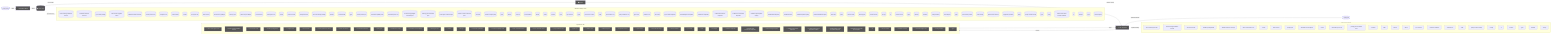
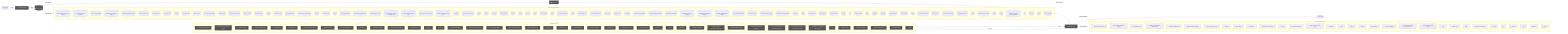
flowchart LR
  UserQ(["👤 User Query"])
  Embed["📐 Embedding Model"]
  VecDB[("📚 Vector Store")]
  Retriever["🔍 Retriever"]
  LLMNode["🧠 LLM / Generator"]
  Output(["✅ Response"])
  UserQ -->|query| Embed
  Embed -->|vector| VecDB
  VecDB -->|top-k chunks| Retriever
  Retriever -->|context + query| LLMNode
  LLMNode -->|generated answer| Output
  subgraph DetectedMemory["Detected memory stores"]
    det_detectedmemory_check_steering_feedback_contract_80134459[("check-steering-feedback-contract")]
    det_detectedmemory_normalize_workflow_contracts_8701f1c8[("normalize-workflow-contracts")]
    det_detectedmemory_sync_codex_preflight_7e7a8dc2[("sync-codex-preflight")]
    det_detectedmemory_test_harness_upgrade_matrix_84113c4e[("test-harness-upgrade-matrix")]
    det_detectedmemory_validate_workflow_contracts_33dc063c[("validate-workflow-contracts")]
    det_detectedmemory_branch_protect_core_a8feb0fd[("branch-protect-core")]
    det_detectedmemory_ci_migrate_core_7005b5af[("ci-migrate-core")]
    det_detectedmemory_context_health_80bb7da9[("context-health")]
    det_detectedmemory_context_ea7792a2[("context")]
    det_detectedmemory_docs_gate_core_eb9b6c18[("docs-gate-core")]
    det_detectedmemory_index_context_de3ed39d[("index-context")]
    det_detectedmemory_local_memory_preflight_dcc36c42[("local-memory-preflight")]
    det_detectedmemory_memory_gate_a577a506[("memory-gate")]
    det_detectedmemory_pattern_scope_siblings_43abe000[("pattern-scope-siblings")]
    det_detectedmemory_review_context_ca6cf81d[("review-context")]
    det_detectedmemory_review_gate_core_4c8001f9[("review-gate-core")]
    det_detectedmemory_search_24193290[("search")]
    det_detectedmemory_session_context_e5ec72c0[("session-context")]
    det_detectedmemory_tooling_audit_core_328d6a41[("tooling-audit-core")]
    det_detectedmemory_run_local_memory_preflight_36e92808[("run-local-memory-preflight")]
    det_detectedmemory_checker_d2d2328e[("checker")]
    det_detectedmemory_context_health_1_ceb11829[("context-health")]
    det_detectedmemory_types_1_4ecdf56e[("types")]
    det_detectedmemory_branch_protect_sync_570adb18[("branch-protect-sync")]
    det_detectedmemory_command_capability_rules_ca3f496a[("command-capability-rules")]
    det_detectedmemory_command_specs_core_1c0ffc99[("command-specs-core")]
    det_detectedmemory_local_memory_preflight_command_spec_9e23f3ce[("local-memory-preflight-command-spec")]
    det_detectedmemory_memory_gate_command_spec_dc9001a9[("memory-gate-command-spec")]
    det_detectedmemory_review_gate_command_spec_3187376a[("review-gate-command-spec")]
    det_detectedmemory_session_context_command_spec_973afbb1[("session-context-command-spec")]
    det_detectedmemory_constants_7517017f[("constants")]
    det_detectedmemory_context_compact_policy_3dcaf95d[("context-compact-policy")]
    det_detectedmemory_index_1bc04b52[("index")]
    det_detectedmemory_indexer_70fa78e5[("indexer")]
    det_detectedmemory_init_error_5c7dd49f[("init-error")]
    det_detectedmemory_lexical_fallback_723e2b3e[("lexical-fallback")]
    det_detectedmemory_ollama_76e3c7bf[("ollama")]
    det_detectedmemory_rollout_a4fa034c[("rollout")]
    det_detectedmemory_sources_878a52fc[("sources")]
    det_detectedmemory_store_824d80d7[("store")]
    det_detectedmemory_sync_contract_c79fa191[("sync-contract")]
    det_detectedmemory_types_5_f869ec4b[("types")]
    det_detectedmemory_harness_run_context_ac7c77a9[("harness-run-context")]
    det_detectedmemory_index_1_faebc14e[("index")]
    det_detectedmemory_json_schema_core_96d7e328[("json-schema-core")]
    det_detectedmemory_policy_validators_core_714a3fe7[("policy-validators-core")]
    det_detectedmemory_types_core_e405ddca[("types-core")]
    det_detectedmemory_validator_core_4358f8ba[("validator-core")]
    det_detectedmemory_init_modes_c05ceb07[("init-modes")]
    det_detectedmemory_project_brain_templates_7ef51530[("project-brain-templates")]
    det_detectedmemory_scaffold_diagram_templates_dd88e83c[("scaffold-diagram-templates")]
    det_detectedmemory_scaffold_doc_templates_f6152330[("scaffold-doc-templates")]
    det_detectedmemory_scaffold_environment_templates_c1ceba6a[("scaffold-environment-templates")]
    det_detectedmemory_scaffold_root_command_templates_404fed7f[("scaffold-root-command-templates")]
    det_detectedmemory_scaffold_script_template_registry_69312d4e[("scaffold-script-template-registry")]
    det_detectedmemory_scaffold_shell_templates_0ad0f915[("scaffold-shell-templates")]
    det_detectedmemory_scaffold_surfaces_12d6494e[("scaffold-surfaces")]
    det_detectedmemory_scaffold_template_registry_b1cce2aa[("scaffold-template-registry")]
    det_detectedmemory_scaffold_workflow_template_92310587[("scaffold-workflow-template")]
    det_detectedmemory_eval_seed_5699fd3e[("eval-seed")]
    det_detectedmemory_index_6_fc9e91e2[("index")]
    det_detectedmemory_review_context_1_e3afed15[("review-context")]
    det_detectedmemory_memory_gate_1_265164ac[("memory-gate")]
    det_detectedmemory_branch_enforcer_acb749cd[("branch-enforcer")]
    det_detectedmemory_cli_args_5_09ea29f0[("cli-args")]
    det_detectedmemory_cli_6_eac72be2[("cli")]
    det_detectedmemory_metrics_tracker_98cec29c[("metrics-tracker")]
    det_detectedmemory_types_15_86775c96[("types")]
    det_detectedmemory_validator_4_5180cf23[("validator")]
    det_detectedmemory_classifier_fe1991a9[("classifier")]
    det_detectedmemory_tooling_baseline_50ab2eeb[("tooling-baseline")]
    det_detectedmemory_claim_helpers_20dc8387[("claim-helpers")]
    det_detectedmemory_types_20_071a0112[("types")]
    det_detectedmemory_local_memory_smoke_1175abfc[("local-memory-smoke")]
    det_detectedmemory_local_memory_0db17ecc[("local-memory")]
    det_detectedmemory_performance_overload_c685bfcf[("performance-overload")]
    det_detectedmemory_suggestion_generator_0956f794[("suggestion-generator")]
    det_detectedmemory_index_8_6f0f20ec[("index")]
    det_detectedmemory_prompt_context_receipt_17b862b2[("prompt-context-receipt")]
    det_detectedmemory_types_27_4d134744[("types")]
    det_detectedmemory_policy_1_fc4198db[("policy")]
    det_detectedmemory_runtime_card_codex_runtime_validation_d8ce9934[("runtime-card-codex-runtime-validation")]
    det_detectedmemory_cli_11_338a8415[("cli")]
    det_detectedmemory_collector_0736fd5b[("collector")]
    det_detectedmemory_types_30_424b976c[("types")]
    det_detectedmemory_overload_guard_2748c559[("overload-guard")]
  end
  VecDB -. "implemented by" .-> DetectedMemory
  subgraph DetectedLLM["Detected LLM clients"]
    det_detectedllm_check_codex_agent_roles_5bb2e89b["check-codex-agent-roles"]
    det_detectedllm_check_steering_feedback_contract_80134459["check-steering-feedback-contract"]
    det_detectedllm_run_harness_evals_77704768["run-harness-evals"]
+     det_detectedllm_validate_goal_completion_audit_receipt_100d252c["validate-goal-completion-audit-receipt"]
    det_detectedllm_validate_packaged_skill_5e32c890["validate-packaged-skill"]
    det_detectedllm_validate_reviewer_coverage_251efee3["validate-reviewer-coverage"]
    det_detectedllm_check_environment_core_2c16213f["check-environment-core"]
    det_detectedllm_context_ea7792a2["context"]
    det_detectedllm_index_context_de3ed39d["index-context"]
    det_detectedllm_prompt_gate_c5e9d207["prompt-gate"]
    det_detectedllm_remediate_runner_helpers_929fedcc["remediate-runner-helpers"]
    det_detectedllm_search_24193290["search"]
    det_detectedllm_command_specs_core_1c0ffc99["command-specs-core"]
    det_detectedllm_prompt_gate_command_spec_9a941482["prompt-gate-command-spec"]
    det_detectedllm_constants_7517017f["constants"]
    det_detectedllm_index_1bc04b52["index"]
    det_detectedllm_indexer_70fa78e5["indexer"]
    det_detectedllm_ollama_76e3c7bf["ollama"]
    det_detectedllm_sync_contract_c79fa191["sync-contract"]
    det_detectedllm_north_star_validators_cfc926ce["north-star-validators"]
+     det_detectedllm_goal_completion_audit_receipt_validation_9d0f4891["goal-completion-audit-receipt-validation"]
+     det_detectedllm_goal_completion_audit_receipt_5e4939c3["goal-completion-audit-receipt"]
+     det_detectedllm_index_2_10143590["index"]
    det_detectedllm_sensitive_text_7c11f760["sensitive-text"]
    det_detectedllm_index_8_6f0f20ec["index"]
    det_detectedllm_prompt_context_receipt_17b862b2["prompt-context-receipt"]
    det_detectedllm_cli_args_9_9c136878["cli-args"]
    det_detectedllm_cli_10_35dc8cbd["cli"]
    det_detectedllm_sections_4697ef32["sections"]
    det_detectedllm_types_23_4352ee2e["types"]
    det_detectedllm_validator_6_3688adbf["validator"]
    det_detectedllm_cli_args_10_861cdd3f["cli-args"]
  end
  LLMNode -. "implemented by" .-> DetectedLLM
  subgraph DetectedTools["Agentic tool calls"]
    det_detectedtools_check_codex_agent_roles_5bb2e89b["🔧 check-codex-agent-roles"]
    det_detectedtools_check_steering_feedback_contract_80134459["🔧 check-steering-feedback-contract"]
    det_detectedtools_run_harness_evals_77704768["🔧 run-harness-evals"]
    det_detectedtools_validate_packaged_skill_5e32c890["🔧 validate-packaged-skill"]
    det_detectedtools_ci_migrate_core_7005b5af["🔧 ci-migrate-core"]
    det_detectedtools_doctor_checks_5a2eb2b9["🔧 doctor-checks"]
    det_detectedtools_doctor_github_tool_checks_a53b0382["🔧 doctor-github-tool-checks"]
    det_detectedtools_doctor_tool_checks_4acac51a["🔧 doctor-tool-checks"]
    det_detectedtools_next_blocked_decisions_4140ad2b["🔧 next-blocked-decisions"]
    det_detectedtools_policy_gate_213f7313["🔧 policy-gate"]
    det_detectedtools_remediate_cli_output_cc165396["🔧 remediate-cli-output"]
    det_detectedtools_remediate_runner_helpers_929fedcc["🔧 remediate-runner-helpers"]
    det_detectedtools_review_gate_core_4c8001f9["🔧 review-gate-core"]
    det_detectedtools_checker_d2d2328e["🔧 checker"]
    det_detectedtools_cli_args_1_6144b055["🔧 cli-args"]
    det_detectedtools_command_capabilities_a4d5c71e["🔧 command-capabilities"]
    det_detectedtools_command_capability_rules_ca3f496a["🔧 command-capability-rules"]
    det_detectedtools_linear_command_actions_e430f4f4["🔧 linear-command-actions"]
    det_detectedtools_linear_command_runner_4a740dfc["🔧 linear-command-runner"]
    det_detectedtools_policy_validators_core_714a3fe7["🔧 policy-validators-core"]
    det_detectedtools_types_core_e405ddca["🔧 types-core"]
    det_detectedtools_validator_core_4358f8ba["🔧 validator-core"]
    det_detectedtools_validator_helpers_7b927667["🔧 validator-helpers"]
    det_detectedtools_he_phase_exit_core_1148895b["🔧 he-phase-exit-core"]
    det_detectedtools_ralph_runtime_73d63c0e["🔧 ralph-runtime"]
    det_detectedtools_observed_skill_usage_ed7d5930["🔧 observed-skill-usage"]
    det_detectedtools_closure_evidence_aaa31467["🔧 closure-evidence"]
    det_detectedtools_pr_creator_dc6b1ea4["🔧 pr-creator"]
    det_detectedtools_client_948fe603["🔧 client"]
    det_detectedtools_init_output_360dce91["🔧 init-output"]
    det_detectedtools_scaffold_ci_templates_2afd6392["🔧 scaffold-ci-templates"]
    det_detectedtools_scaffold_codex_environment_templates_334fbbed["🔧 scaffold-codex-environment-templates"]
    det_detectedtools_scaffold_config_templates_4b80ce53["🔧 scaffold-config-templates"]
    det_detectedtools_scaffold_environment_templates_c1ceba6a["🔧 scaffold-environment-templates"]
    det_detectedtools_scaffold_github_actions_pr_pipeline_renderer_1ee18de5["🔧 scaffold-github-actions-pr-pipeline-renderer"]
    det_detectedtools_scaffold_github_actions_pr_pipeline_template_e2b85f62["🔧 scaffold-github-actions-pr-pipeline-template"]
    det_detectedtools_scaffold_release_private_npm_template_075499f8["🔧 scaffold-release-private-npm-template"]
    det_detectedtools_cli_6_eac72be2["🔧 cli"]
    det_detectedtools_metrics_tracker_98cec29c["🔧 metrics-tracker"]
    det_detectedtools_normalise_renderer_85f2e563["🔧 normalise-renderer"]
    det_detectedtools_evaluation_engine_core_e054fe49["🔧 evaluation-engine-core"]
    det_detectedtools_tooling_baseline_50ab2eeb["🔧 tooling-baseline"]
    det_detectedtools_types_32_bfe791ff["🔧 types"]
  end
  LLMNode -->|tool use| DetectedTools
  DetectedTools -->|result| LLMNode
  classDef memNode fill:#555,color:#fff
  class VecDB,Retriever memNode
  classDef llmNode fill:#555,color:#fff
  class LLMNode,Embed llmNode
  classDef toolNode fill:#555,color:#fff
  class det_detectedtools_check_codex_agent_roles_5bb2e89b,det_detectedtools_check_steering_feedback_contract_80134459,det_detectedtools_run_harness_evals_77704768,det_detectedtools_validate_packaged_skill_5e32c890,det_detectedtools_ci_migrate_core_7005b5af,det_detectedtools_doctor_checks_5a2eb2b9,det_detectedtools_doctor_github_tool_checks_a53b0382,det_detectedtools_doctor_tool_checks_4acac51a,det_detectedtools_next_blocked_decisions_4140ad2b,det_detectedtools_policy_gate_213f7313,det_detectedtools_remediate_cli_output_cc165396,det_detectedtools_remediate_runner_helpers_929fedcc,det_detectedtools_review_gate_core_4c8001f9,det_detectedtools_checker_d2d2328e,det_detectedtools_cli_args_1_6144b055,det_detectedtools_command_capabilities_a4d5c71e,det_detectedtools_command_capability_rules_ca3f496a,det_detectedtools_linear_command_actions_e430f4f4,det_detectedtools_linear_command_runner_4a740dfc,det_detectedtools_policy_validators_core_714a3fe7,det_detectedtools_types_core_e405ddca,det_detectedtools_validator_core_4358f8ba,det_detectedtools_validator_helpers_7b927667,det_detectedtools_he_phase_exit_core_1148895b,det_detectedtools_ralph_runtime_73d63c0e,det_detectedtools_observed_skill_usage_ed7d5930,det_detectedtools_closure_evidence_aaa31467,det_detectedtools_pr_creator_dc6b1ea4,det_detectedtools_client_948fe603,det_detectedtools_init_output_360dce91,det_detectedtools_scaffold_ci_templates_2afd6392,det_detectedtools_scaffold_codex_environment_templates_334fbbed,det_detectedtools_scaffold_config_templates_4b80ce53,det_detectedtools_scaffold_environment_templates_c1ceba6a,det_detectedtools_scaffold_github_actions_pr_pipeline_renderer_1ee18de5,det_detectedtools_scaffold_github_actions_pr_pipeline_template_e2b85f62,det_detectedtools_scaffold_release_private_npm_template_075499f8,det_detectedtools_cli_6_eac72be2,det_detectedtools_metrics_tracker_98cec29c,det_detectedtools_normalise_renderer_85f2e563,det_detectedtools_evaluation_engine_core_e054fe49,det_detectedtools_tooling_baseline_50ab2eeb,det_detectedtools_types_32_bfe791ff toolNode
